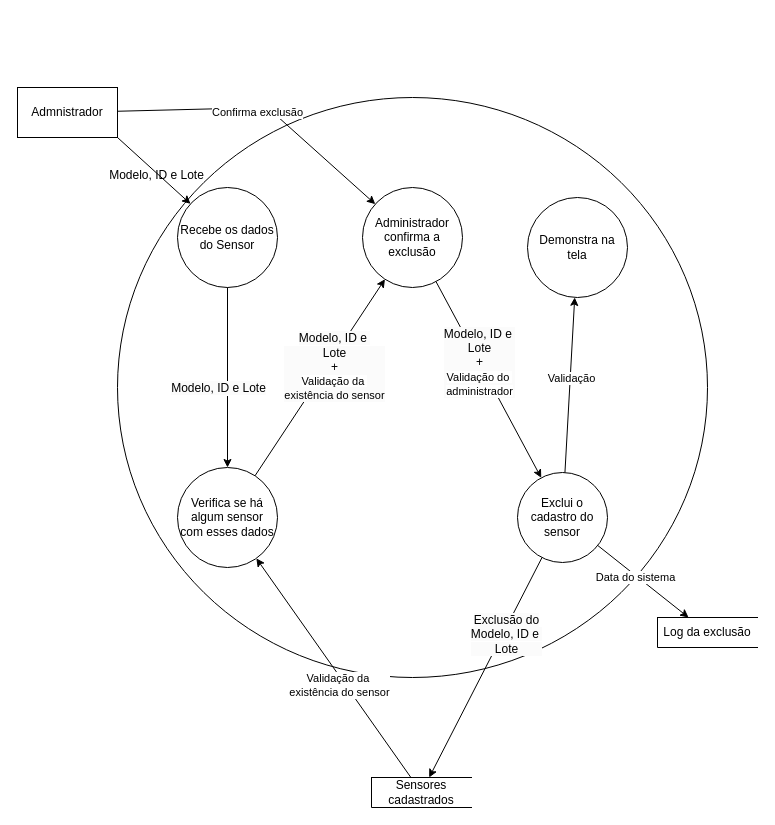
The draw.io diagram page "Exclui o cadastro do sensor" (3 of 5) of documentacao/Diagramas/Ações do Administrador.drawio in Nebul0Ok/SeuPaulo, before the edit. Source tidied: cells renumbered, new cells numbered last; positions are measured from the earlier drawing's top-left corner, leaving out a move shared by most shapes. Both pictures are drawn from the tidied source at 100%, with x=0, y=0 at pixel (17, 87).
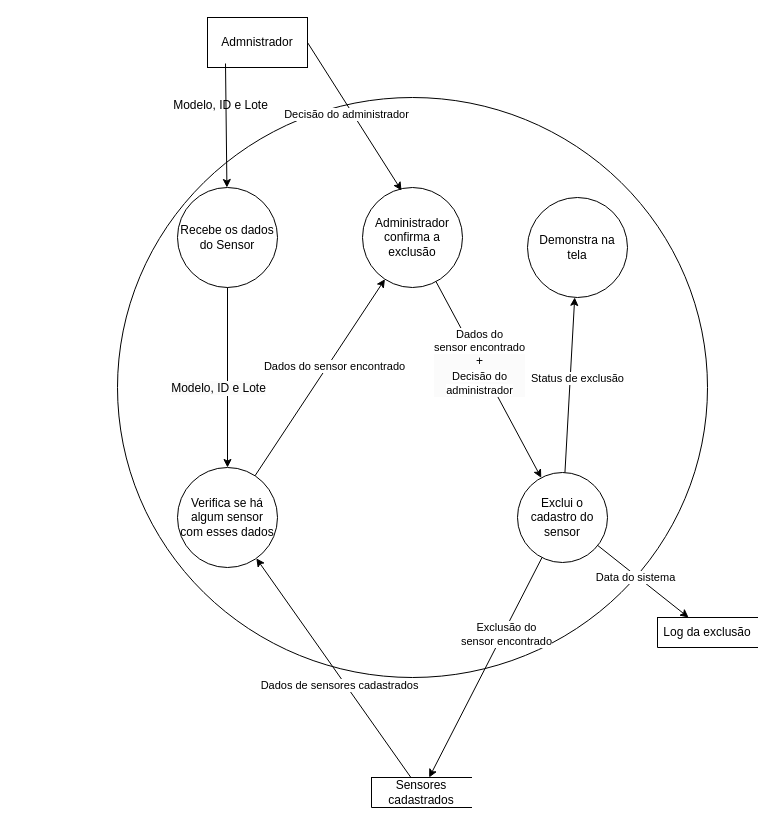
Above is the later version.

Unchanged cells that the change refers to:
```xml
<mxCell id="6" value="&lt;div&gt;Recebe os dados do Sensor&lt;/div&gt;" style="shape=ellipse;html=1;dashed=0;whiteSpace=wrap;perimeter=ellipsePerimeter;" parent="1" vertex="1">
  <mxGeometry x="160" y="100" width="100" height="100" as="geometry" />
</mxCell>
<mxCell id="11" style="endArrow=classic;html=1;rounded=0;" parent="1" edge="1" source="10" target="7">
  <mxGeometry relative="1" as="geometry" />
</mxCell>
<mxCell id="14" value="Administrador confirma a exclusão" style="shape=ellipse;html=1;dashed=0;whiteSpace=wrap;perimeter=ellipsePerimeter;" parent="1" vertex="1">
  <mxGeometry x="345" y="100" width="100" height="100" as="geometry" />
</mxCell>
<mxCell id="15" style="endArrow=classic;html=1;rounded=0;" parent="1" edge="1" source="7" target="14">
  <mxGeometry relative="1" as="geometry" />
</mxCell>
<mxCell id="18" style="endArrow=classic;html=1;rounded=0;" parent="1" edge="1" source="14" target="13">
  <mxGeometry relative="1" as="geometry" />
</mxCell>
<mxCell id="20" style="endArrow=classic;html=1;rounded=0;" parent="1" edge="1" source="13" target="17">
  <mxGeometry relative="1" as="geometry" />
</mxCell>
<mxCell id="22" style="endArrow=classic;html=1;rounded=0;" parent="1" edge="1" source="13" target="10">
  <mxGeometry relative="1" as="geometry" />
</mxCell>
```

Change to the diagram source:
```diff
@@
     <mxCell id="2" value="Admnistrador" style="html=1;dashed=0;whiteSpace=wrap;" parent="1" vertex="1">
-      <mxGeometry width="100" height="50" as="geometry" />
+      <mxGeometry x="190" y="-70" width="100" height="50" as="geometry" />
     </mxCell>
@@
-    <mxCell id="4" style="endArrow=classic;html=1;rounded=0;exitX=1;exitY=1;exitDx=0;exitDy=0;" parent="1" edge="1" source="2" target="6">
+    <mxCell id="4" style="endArrow=classic;html=1;rounded=0;exitX=0.18;exitY=0.92;exitDx=0;exitDy=0;exitPerimeter=0;" parent="1" edge="1" source="2" target="6">
       <mxGeometry relative="1" as="geometry" />
     </mxCell>
     <mxCell id="5" value="&lt;span style=&quot;font-size: 12px;&quot;&gt;Modelo, ID e Lote&lt;/span&gt;" style="edgeLabel;html=1;align=center;verticalAlign=middle;labelBackgroundColor=none;" parent="4" vertex="1">
       <mxGeometry x="-0.45" y="2" relative="1" as="geometry">
-        <mxPoint x="17" y="21" as="offset" />
+        <mxPoint x="-8" y="8" as="offset" />
       </mxGeometry>
     </mxCell>
@@
-    <mxCell id="12" value="Validação da&amp;nbsp;&lt;div&gt;existência do sensor&lt;/div&gt;" style="edgeLabel;html=1;align=center;verticalAlign=middle;" parent="11" vertex="1">
+    <mxCell id="12" value="Dados de sensores cadastrados" style="edgeLabel;html=1;align=center;verticalAlign=middle;" parent="11" vertex="1">
       <mxGeometry x="-0.15" y="-1" relative="1" as="geometry">
         <mxPoint x="-7" y="1" as="offset" />
       </mxGeometry>
     </mxCell>
@@
-    <mxCell id="16" value="&lt;span style=&quot;background-color: rgb(251, 251, 251); font-size: 12px;&quot;&gt;Modelo, ID e&amp;nbsp;&lt;/span&gt;&lt;div style=&quot;background-color: rgb(251, 251, 251); font-size: 12px;&quot;&gt;Lote&lt;div&gt;+&lt;/div&gt;&lt;div&gt;&lt;span style=&quot;font-size: 11px; background-color: rgb(255, 255, 255);&quot;&gt;Validação da&amp;nbsp;&lt;/span&gt;&lt;div style=&quot;font-size: 11px;&quot;&gt;existência do sensor&lt;/div&gt;&lt;/div&gt;&lt;/div&gt;" style="edgeLabel;html=1;align=center;verticalAlign=middle;" parent="15" vertex="1">
+    <mxCell id="16" value="Dados do sensor encontrado" style="edgeLabel;html=1;align=center;verticalAlign=middle;" parent="15" vertex="1">
       <mxGeometry x="0.15" y="-5" relative="1" as="geometry" />
     </mxCell>
@@
-    <mxCell id="19" value="&lt;span style=&quot;background-color: rgb(251, 251, 251); font-size: 12px;&quot;&gt;Modelo, ID e&amp;nbsp;&lt;/span&gt;&lt;div style=&quot;background-color: rgb(251, 251, 251); font-size: 12px;&quot;&gt;Lote&lt;div&gt;+&lt;/div&gt;&lt;div&gt;&lt;span style=&quot;font-size: 11px; background-color: rgb(255, 255, 255);&quot;&gt;Validação do&amp;nbsp;&lt;/span&gt;&lt;/div&gt;&lt;div&gt;&lt;span style=&quot;font-size: 11px; background-color: rgb(255, 255, 255);&quot;&gt;administrador&lt;/span&gt;&lt;/div&gt;&lt;/div&gt;" style="edgeLabel;html=1;align=center;verticalAlign=middle;" parent="18" vertex="1">
+    <mxCell id="19" value="Dados do &lt;br&gt;sensor encontrado&lt;br&gt;&lt;div style=&quot;background-color: rgb(251, 251, 251); font-size: 12px;&quot;&gt;&lt;div&gt;+&lt;/div&gt;&lt;div&gt;&lt;span style=&quot;font-size: 11px; background-color: rgb(255, 255, 255);&quot;&gt;Decisão do &lt;br&gt;administrador&lt;/span&gt;&lt;br&gt;&lt;/div&gt;&lt;/div&gt;" style="edgeLabel;html=1;align=center;verticalAlign=middle;" parent="18" vertex="1">
       <mxGeometry x="-0.18" relative="1" as="geometry" />
     </mxCell>
@@
-    <mxCell id="21" value="Validação" style="edgeLabel;html=1;align=center;verticalAlign=middle;" parent="20" vertex="1">
+    <mxCell id="21" value="Status de exclusão" style="edgeLabel;html=1;align=center;verticalAlign=middle;" parent="20" vertex="1">
       <mxGeometry x="0.1" y="-1" relative="1" as="geometry">
-        <mxPoint y="1" as="offset" />
+        <mxPoint x="6" y="1" as="offset" />
       </mxGeometry>
     </mxCell>
@@
-    <mxCell id="23" value="&lt;div&gt;&lt;span style=&quot;background-color: rgb(251, 251, 251); font-size: 12px;&quot;&gt;Exclusão do&lt;/span&gt;&lt;/div&gt;&lt;span style=&quot;background-color: rgb(251, 251, 251); font-size: 12px;&quot;&gt;Modelo, ID e&amp;nbsp;&lt;/span&gt;&lt;div style=&quot;background-color: rgb(251, 251, 251); font-size: 12px;&quot;&gt;Lote&lt;/div&gt;" style="edgeLabel;html=1;align=center;verticalAlign=middle;" parent="22" vertex="1">
+    <mxCell id="23" value="Exclusão do&lt;br&gt;sensor encontrado" style="edgeLabel;html=1;align=center;verticalAlign=middle;" parent="22" vertex="1">
       <mxGeometry x="-0.32" y="3" relative="1" as="geometry" />
     </mxCell>
@@
-    <mxCell id="27" style="endArrow=classic;html=1;rounded=0;" parent="1" edge="1" source="2" target="14">
-      <mxGeometry relative="1" as="geometry">
-        <Array as="points">
-          <mxPoint x="250" y="20" />
-        </Array>
-      </mxGeometry>
+    <mxCell id="27" style="endArrow=classic;html=1;rounded=0;exitX=1;exitY=0.5;exitDx=0;exitDy=0;entryX=0.39;entryY=0.03;entryDx=0;entryDy=0;entryPerimeter=0;" parent="1" edge="1" source="2" target="14">
+      <mxGeometry relative="1" as="geometry" />
     </mxCell>
-    <mxCell id="28" value="Confirma exclusão" style="edgeLabel;html=1;align=center;verticalAlign=middle;" parent="27" vertex="1">
+    <mxCell id="28" value="Decisão do administrador" style="edgeLabel;html=1;align=center;verticalAlign=middle;" parent="27" vertex="1">
       <mxGeometry x="0.17" relative="1" as="geometry">
-        <mxPoint x="-27" y="-10" as="offset" />
+        <mxPoint x="-17" y="-15" as="offset" />
       </mxGeometry>
     </mxCell>
```
